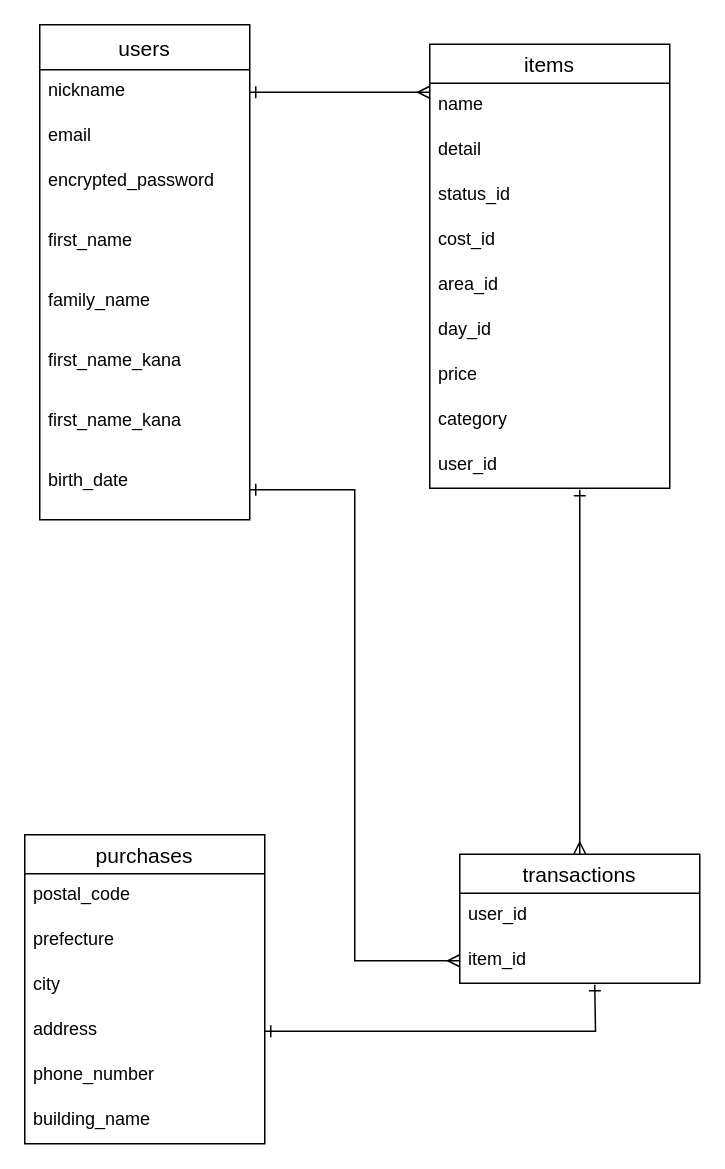
This is furima.dio from ikinobu0629/furima-31702, a draw.io file, before an edit. Source tidied: cells renumbered, new cells numbered last; positions are measured from the earlier drawing's top-left corner, leaving out a move shared by most shapes. Both pictures are drawn from the tidied source at 150%, with x=0, y=0 at pixel (24, 24).
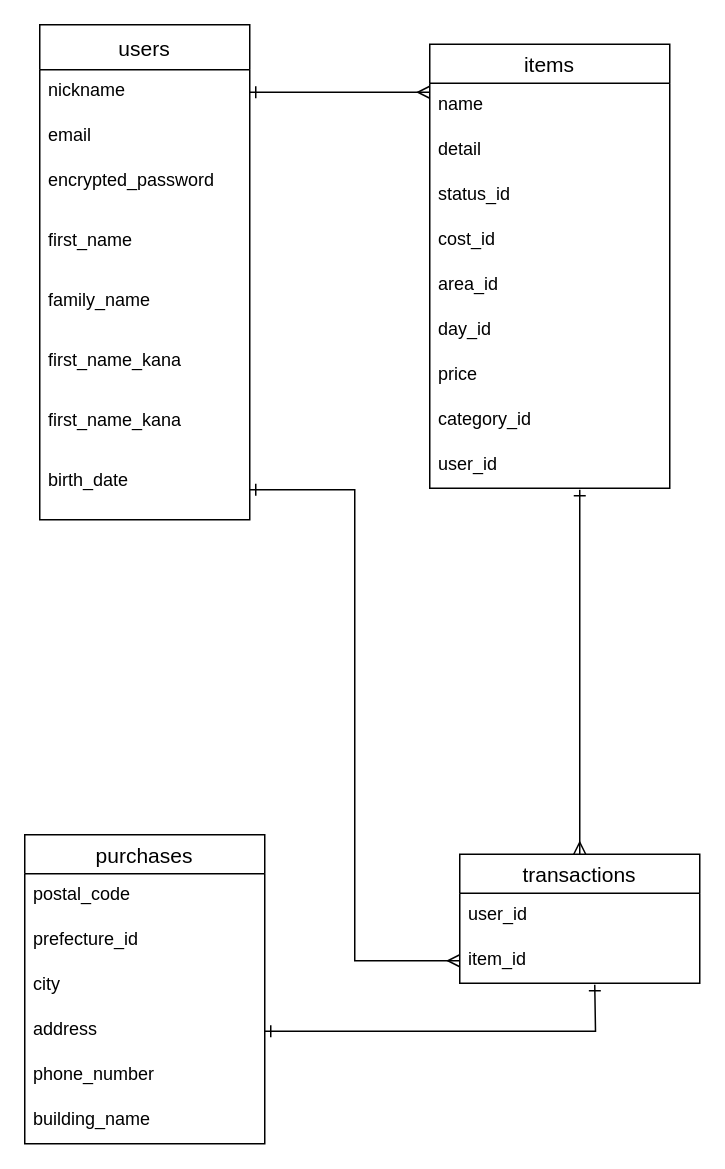
Above is the later version.

Commit message (it also covers changes not shown here):
REDME及びER図の作成(修正版4)

The change refers to these unchanged cells:
```xml
<mxCell id="12" value="purchases" style="swimlane;fontStyle=0;horizontal=1;startSize=26;align=center;fontSize=14;" parent="1" vertex="1">
  <mxGeometry y="540" width="160" height="206" as="geometry" />
</mxCell>
<mxCell id="23" value="items" style="swimlane;fontStyle=0;horizontal=1;startSize=26;align=center;fontSize=14;" parent="1" vertex="1">
  <mxGeometry x="270" y="13" width="160" height="296" as="geometry" />
</mxCell>
```

Change to the diagram source:
```diff
@@
-    <mxCell id="14" value="prefecture" style="text;strokeColor=none;fillColor=none;spacingLeft=4;spacingRight=4;overflow=hidden;fontSize=12;" parent="12" vertex="1">
+    <mxCell id="14" value="prefecture_id" style="text;strokeColor=none;fillColor=none;spacingLeft=4;spacingRight=4;overflow=hidden;fontSize=12;" parent="12" vertex="1">
       <mxGeometry y="56" width="160" height="30" as="geometry" />
     </mxCell>
@@
-    <mxCell id="31" value="category" style="text;strokeColor=none;fillColor=none;spacingLeft=4;spacingRight=4;overflow=hidden;fontSize=12;" parent="23" vertex="1">
+    <mxCell id="31" value="category_id" style="text;strokeColor=none;fillColor=none;spacingLeft=4;spacingRight=4;overflow=hidden;fontSize=12;" parent="23" vertex="1">
       <mxGeometry y="236" width="160" height="30" as="geometry" />
     </mxCell>
```
